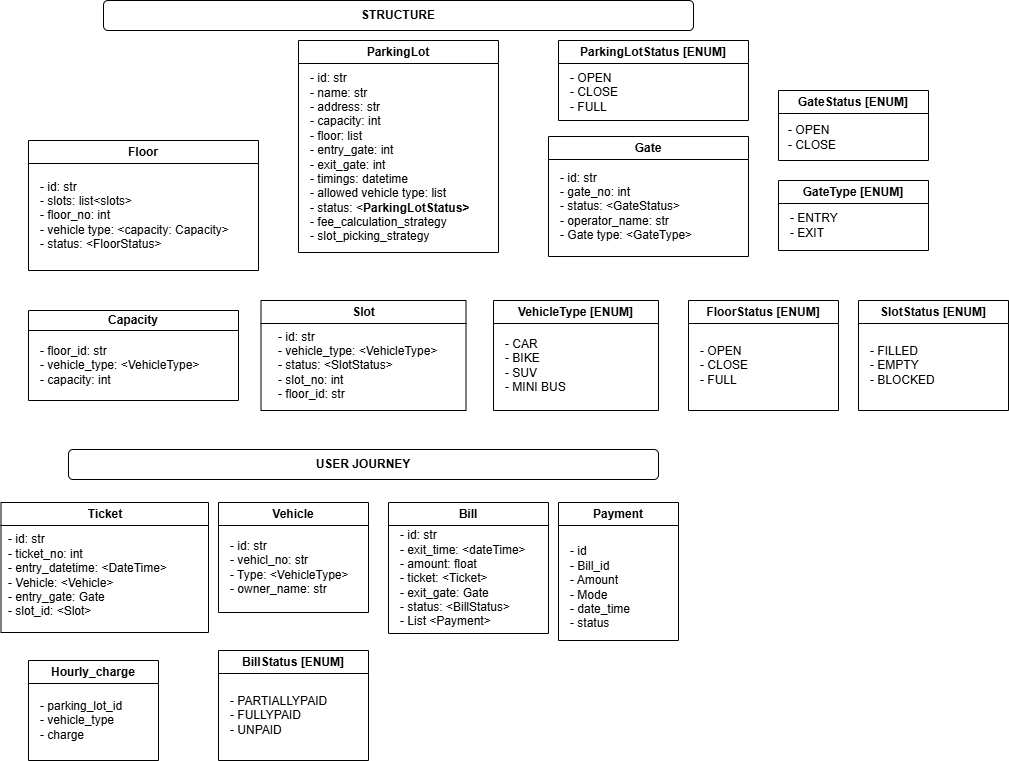
Earlier version of the draw.io export ParkingLot.png (ashu7mishra/ParkingLot). Source tidied: cells renumbered, new cells last; positions are measured from the earlier drawing's top-left corner, leaving out a move shared by most shapes.
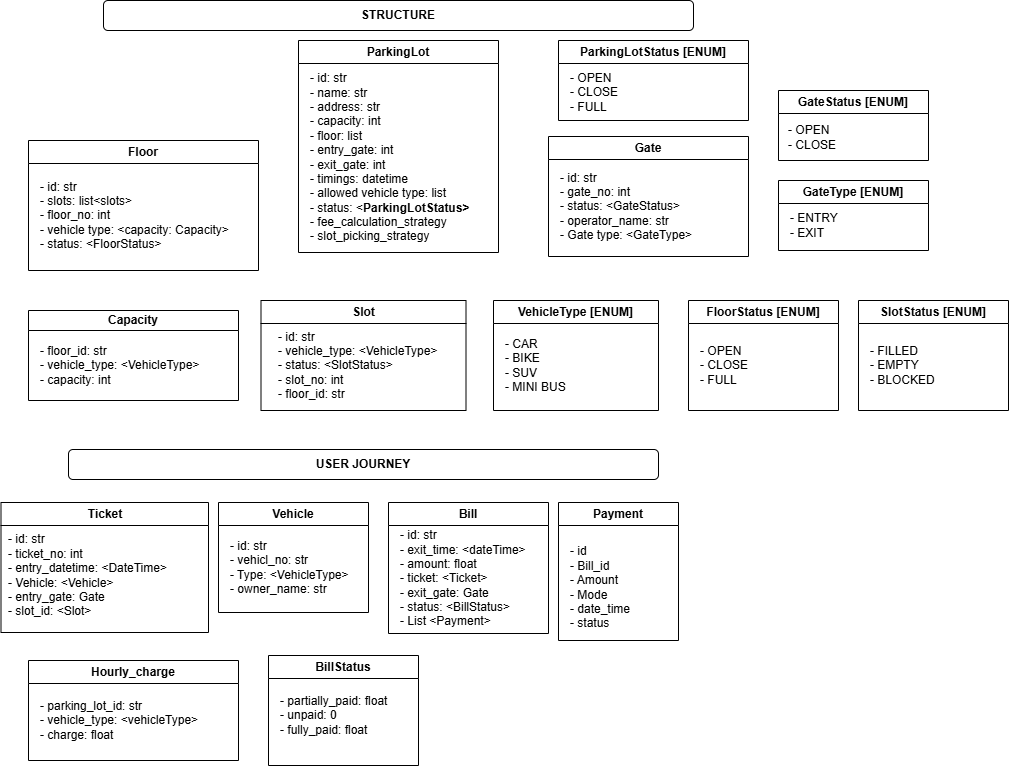
Above is the later version.

Change to the diagram source:
```diff
@@ -57,10 +57,10 @@
       <mxGeometry x="103" width="590" height="30" as="geometry" />
     </mxCell>
     <mxCell id="20" value="Hourly_charge" style="swimlane;whiteSpace=wrap;html=1;" parent="1" vertex="1">
-      <mxGeometry x="28" y="660" width="130" height="100" as="geometry" />
+      <mxGeometry x="28" y="660" width="210" height="100" as="geometry" />
     </mxCell>
-    <mxCell id="21" value="- parking_lot_id&lt;div&gt;- vehicle_type&lt;/div&gt;&lt;div&gt;- charge&lt;/div&gt;" style="text;html=1;align=left;verticalAlign=middle;strokeColor=none;fillColor=none;" parent="20" vertex="1">
-      <mxGeometry x="10" y="30" width="110" height="60" as="geometry" />
+    <mxCell id="21" value="- parking_lot_id: str&lt;div&gt;- vehicle_type: &amp;lt;vehicleType&amp;gt;&lt;/div&gt;&lt;div&gt;- charge: float&lt;/div&gt;" style="text;html=1;align=left;verticalAlign=middle;strokeColor=none;fillColor=none;" parent="20" vertex="1">
+      <mxGeometry x="10" y="30" width="180" height="60" as="geometry" />
     </mxCell>
     <mxCell id="22" value="Capacity" style="swimlane;whiteSpace=wrap;html=1;startSize=20;" parent="1" vertex="1">
       <mxGeometry x="28" y="310" width="210" height="90" as="geometry" />
@@ -104,11 +104,11 @@
     <mxCell id="35" value="- FILLED&lt;div&gt;- EMPTY&lt;/div&gt;&lt;div&gt;- BLOCKED&lt;/div&gt;" style="text;html=1;align=left;verticalAlign=middle;strokeColor=none;fillColor=none;" parent="34" vertex="1">
       <mxGeometry x="10" y="35" width="90" height="60" as="geometry" />
     </mxCell>
-    <mxCell id="36" value="BillStatus [ENUM]" style="swimlane;whiteSpace=wrap;html=1;" parent="1" vertex="1">
-      <mxGeometry x="218" y="650" width="150" height="110" as="geometry" />
+    <mxCell id="36" value="BillStatus" style="swimlane;whiteSpace=wrap;html=1;" parent="1" vertex="1">
+      <mxGeometry x="268" y="655" width="150" height="110" as="geometry" />
     </mxCell>
-    <mxCell id="37" value="- PARTIALLYPAID&lt;div&gt;- FULLYPAID&lt;/div&gt;&lt;div&gt;- UNPAID&lt;/div&gt;" style="text;html=1;align=left;verticalAlign=middle;strokeColor=none;fillColor=none;" parent="36" vertex="1">
-      <mxGeometry x="10" y="35" width="120" height="60" as="geometry" />
+    <mxCell id="37" value="- partially_paid: float&lt;div&gt;- unpaid: 0&lt;/div&gt;&lt;div&gt;- fully_paid: float&lt;/div&gt;" style="text;html=1;align=left;verticalAlign=middle;strokeColor=none;fillColor=none;" parent="36" vertex="1">
+      <mxGeometry x="10" y="30" width="130" height="60" as="geometry" />
     </mxCell>
   </root>
 </mxGraphModel>
```
